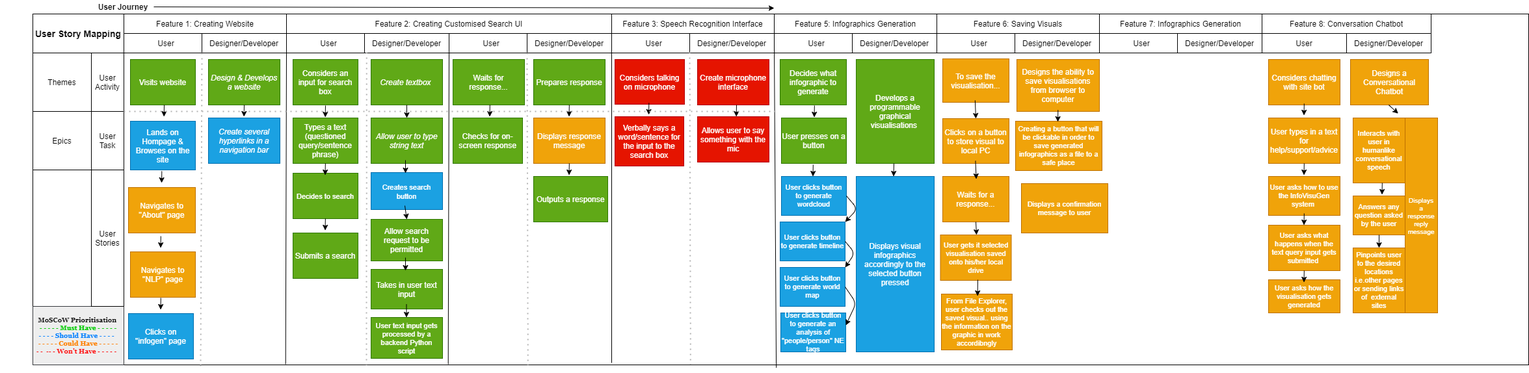
The draw.io diagram Documentation/Design/GIFT-User-Story-Mappings.png in John8790909/Generating-Infographics-from-Text, before a commit. Source tidied: cells renumbered, new cells last; positions are measured from the earlier drawing's top-left corner, leaving out a move shared by most shapes.
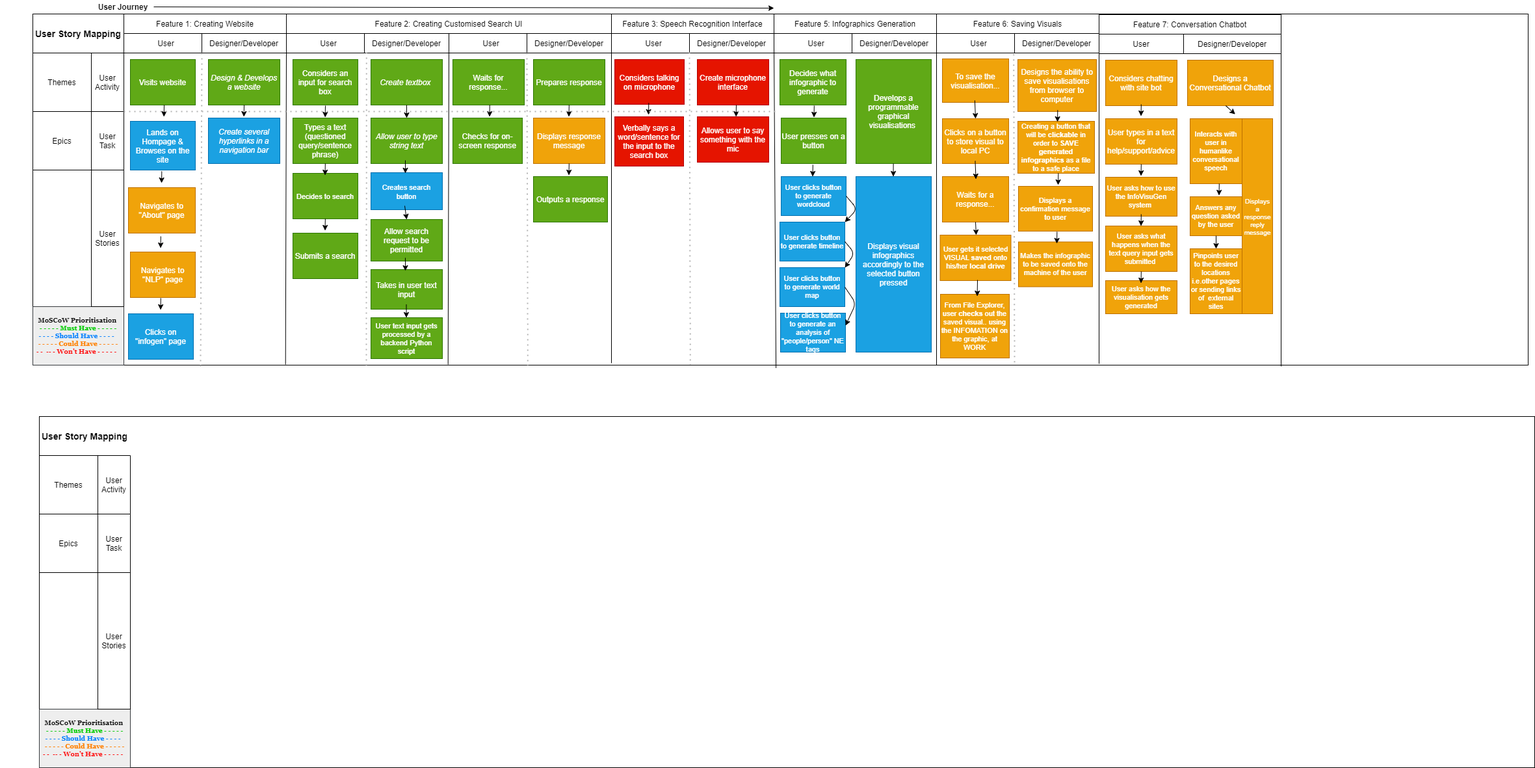
The same diagram one commit later.

Diff of the diagram source:
```diff
@@ -2,6 +2,9 @@
   <root>
     <mxCell id="0" />
     <mxCell id="1" parent="0" />
+    <mxCell id="134" style="rounded=0;whiteSpace=wrap;html=1;" parent="1" vertex="1">
+      <mxGeometry x="60" y="640" width="2300" height="540" as="geometry" />
+    </mxCell>
     <mxCell id="2" style="rounded=0;whiteSpace=wrap;html=1;" parent="1" vertex="1">
       <mxGeometry x="50" y="21" width="2300" height="540" as="geometry" />
     </mxCell>
@@ -141,20 +144,11 @@
       <mxGeometry x="1199" y="411" width="100" height="60" as="geometry" />
     </mxCell>
     <mxCell id="48" value="Develops a programmable graphical visualisations&amp;nbsp;" style="rounded=0;whiteSpace=wrap;html=1;labelBackgroundColor=none;fontColor=#ffffff;fillColor=#60a917;strokeColor=#2D7600;" parent="1" vertex="1">
-      <mxGeometry x="1316" y="91" width="120" height="160" as="geometry" />
+      <mxGeometry x="1316" y="91" width="116" height="160" as="geometry" />
     </mxCell>
     <mxCell id="49" value="Displays visual infographics accordingly to the selected button pressed" style="rounded=0;whiteSpace=wrap;html=1;labelBackgroundColor=none;fontColor=#ffffff;fillColor=#1ba1e2;strokeColor=#006EAF;" parent="1" vertex="1">
-      <mxGeometry x="1316" y="271" width="120" height="270" as="geometry" />
+      <mxGeometry x="1316" y="271" width="116" height="270" as="geometry" />
     </mxCell>
-    <mxCell id="50" value="Feature 7: Infographics Generation" style="rounded=0;whiteSpace=wrap;html=1;" parent="1" vertex="1">
-      <mxGeometry x="1690" y="21" width="250" height="30" as="geometry" />
-    </mxCell>
-    <mxCell id="51" value="User" style="rounded=0;whiteSpace=wrap;html=1;" parent="1" vertex="1">
-      <mxGeometry x="1690" y="51" width="130" height="30" as="geometry" />
-    </mxCell>
-    <mxCell id="52" value="Designer/Developer" style="rounded=0;whiteSpace=wrap;html=1;" parent="1" vertex="1">
-      <mxGeometry x="1810" y="51" width="130" height="30" as="geometry" />
-    </mxCell>
     <mxCell id="53" value="Considers talking on microphone" style="rounded=0;whiteSpace=wrap;html=1;labelBackgroundColor=none;fontColor=#ffffff;fillColor=#e51400;strokeColor=#B20000;" parent="1" vertex="1">
       <mxGeometry x="945" y="91" width="107" height="69" as="geometry" />
     </mxCell>
@@ -168,25 +162,25 @@
       <mxGeometry x="1072" y="179" width="110" height="70" as="geometry" />
     </mxCell>
     <mxCell id="57" value="Designs a Conversational Chatbot" style="rounded=0;whiteSpace=wrap;html=1;fillColor=#f0a30a;fontColor=#ffffff;strokeColor=#BD7000;" parent="1" vertex="1">
-      <mxGeometry x="2076" y="91" width="120" height="70" as="geometry" />
+      <mxGeometry x="1826" y="92" width="132" height="70" as="geometry" />
     </mxCell>
     <mxCell id="58" value="Answers any question asked by the user" style="rounded=0;whiteSpace=wrap;html=1;fillColor=#f0a30a;fontColor=#ffffff;strokeColor=#BD7000;fontSize=11;" parent="1" vertex="1">
-      <mxGeometry x="2080" y="301" width="80" height="60" as="geometry" />
+      <mxGeometry x="1830" y="302" width="80" height="60" as="geometry" />
     </mxCell>
     <mxCell id="59" value="Interacts with user in humanlike conversational speech" style="rounded=0;whiteSpace=wrap;html=1;fillColor=#f0a30a;fontColor=#ffffff;strokeColor=#BD7000;fontSize=11;" parent="1" vertex="1">
-      <mxGeometry x="2080" y="181" width="80" height="100" as="geometry" />
+      <mxGeometry x="1830" y="182" width="80" height="100" as="geometry" />
     </mxCell>
     <mxCell id="60" value="Displays a response reply message" style="rounded=0;fillColor=#f0a30a;fontColor=#ffffff;strokeColor=#BD7000;fontSize=10;whiteSpace=wrap;html=1;spacingRight=0;spacingLeft=0;spacingTop=1;spacing=42;" parent="1" vertex="1">
-      <mxGeometry x="2160" y="181" width="50" height="300" as="geometry" />
+      <mxGeometry x="1910" y="182" width="47" height="300" as="geometry" />
     </mxCell>
-    <mxCell id="61" value="Feature 8: Conversation Chatbot" style="rounded=0;whiteSpace=wrap;html=1;" parent="1" vertex="1">
-      <mxGeometry x="1940" y="21" width="260" height="30" as="geometry" />
+    <mxCell id="61" value="Feature 7: Conversation Chatbot" style="rounded=0;whiteSpace=wrap;html=1;" parent="1" vertex="1">
+      <mxGeometry x="1690" y="22" width="280" height="30" as="geometry" />
     </mxCell>
     <mxCell id="62" value="User" style="rounded=0;whiteSpace=wrap;html=1;" parent="1" vertex="1">
-      <mxGeometry x="1940" y="51" width="130" height="30" as="geometry" />
+      <mxGeometry x="1690" y="52" width="130" height="30" as="geometry" />
     </mxCell>
     <mxCell id="63" value="Designer/Developer" style="rounded=0;whiteSpace=wrap;html=1;" parent="1" vertex="1">
-      <mxGeometry x="2070" y="51" width="130" height="30" as="geometry" />
+      <mxGeometry x="1820" y="52" width="150" height="30" as="geometry" />
     </mxCell>
     <mxCell id="64" style="edgeStyle=orthogonalEdgeStyle;rounded=0;orthogonalLoop=1;jettySize=auto;html=1;exitX=0.5;exitY=1;exitDx=0;exitDy=0;" parent="1" edge="1" source="62" target="62">
       <mxGeometry relative="1" as="geometry" />
@@ -207,19 +201,19 @@
       <mxGeometry x="820" y="271" width="114" height="70" as="geometry" />
     </mxCell>
     <mxCell id="70" value="Considers chatting with site bot" style="rounded=0;whiteSpace=wrap;labelBackgroundColor=none;fillColor=#f0a30a;strokeColor=#BD7000;fontColor=#ffffff;" parent="1" vertex="1">
-      <mxGeometry x="1950" y="91" width="110" height="70" as="geometry" />
+      <mxGeometry x="1700" y="92" width="110" height="70" as="geometry" />
     </mxCell>
     <mxCell id="71" value="&lt;font face=&quot;helvetica&quot;&gt;User types in a text for help/support/advice&lt;/font&gt;" style="rounded=0;whiteSpace=wrap;html=1;labelBackgroundColor=none;fontColor=#ffffff;fillColor=#f0a30a;strokeColor=#BD7000;" parent="1" vertex="1">
-      <mxGeometry x="1950" y="181" width="110" height="70" as="geometry" />
+      <mxGeometry x="1700" y="182" width="110" height="70" as="geometry" />
     </mxCell>
     <mxCell id="72" value="&lt;font face=&quot;helvetica&quot; style=&quot;font-size: 11px;&quot;&gt;User asks how to use the InfoVisuGen system&amp;nbsp;&lt;/font&gt;" style="rounded=0;whiteSpace=wrap;html=1;labelBackgroundColor=none;fontColor=#ffffff;fillColor=#f0a30a;strokeColor=#BD7000;fontSize=11;" parent="1" vertex="1">
-      <mxGeometry x="1950" y="271" width="110" height="60" as="geometry" />
+      <mxGeometry x="1700" y="272" width="110" height="60" as="geometry" />
     </mxCell>
     <mxCell id="73" value="&lt;font face=&quot;helvetica&quot; style=&quot;font-size: 11px;&quot;&gt;User asks what happens when the text query input gets submitted&amp;nbsp;&lt;/font&gt;" style="rounded=0;whiteSpace=wrap;html=1;labelBackgroundColor=none;fontColor=#ffffff;fillColor=#f0a30a;strokeColor=#BD7000;fontSize=11;" parent="1" vertex="1">
-      <mxGeometry x="1950" y="346" width="110" height="70" as="geometry" />
+      <mxGeometry x="1700" y="347" width="110" height="70" as="geometry" />
     </mxCell>
     <mxCell id="74" value="&lt;font face=&quot;helvetica&quot; style=&quot;font-size: 11px;&quot;&gt;User asks how the visualisation gets generated&lt;/font&gt;" style="rounded=0;whiteSpace=wrap;html=1;labelBackgroundColor=none;fontColor=#ffffff;fillColor=#f0a30a;strokeColor=#BD7000;fontSize=11;" parent="1" vertex="1">
-      <mxGeometry x="1950" y="430" width="110" height="51" as="geometry" />
+      <mxGeometry x="1700" y="431" width="110" height="51" as="geometry" />
     </mxCell>
     <mxCell id="75" style="endArrow=classic;html=1;fontColor=#FFFFFF;exitX=0.5;exitY=1;exitDx=0;exitDy=0;" parent="1" edge="1" source="19">
       <mxGeometry relative="1" as="geometry">
@@ -330,46 +324,46 @@
     </mxCell>
     <mxCell id="93" style="endArrow=classic;html=1;fontColor=#FFFFFF;exitX=0.5;exitY=1;exitDx=0;exitDy=0;" parent="1" edge="1">
       <mxGeometry relative="1" as="geometry">
-        <mxPoint x="2004.8" y="159" as="sourcePoint" />
-        <mxPoint x="2004.5" y="177" as="targetPoint" />
+        <mxPoint x="1754.8" y="160" as="sourcePoint" />
+        <mxPoint x="1754.5" y="178" as="targetPoint" />
       </mxGeometry>
     </mxCell>
     <mxCell id="94" style="endArrow=classic;html=1;fontColor=#FFFFFF;exitX=0.5;exitY=1;exitDx=0;exitDy=0;" parent="1" edge="1">
       <mxGeometry relative="1" as="geometry">
-        <mxPoint x="2004.8" y="251" as="sourcePoint" />
-        <mxPoint x="2004.5" y="269" as="targetPoint" />
+        <mxPoint x="1754.8" y="252" as="sourcePoint" />
+        <mxPoint x="1754.5" y="270" as="targetPoint" />
       </mxGeometry>
     </mxCell>
     <mxCell id="95" style="endArrow=classic;html=1;fontColor=#FFFFFF;exitX=0.5;exitY=1;exitDx=0;exitDy=0;" parent="1" edge="1">
       <mxGeometry relative="1" as="geometry">
-        <mxPoint x="2004.8" y="328" as="sourcePoint" />
-        <mxPoint x="2004.5" y="346" as="targetPoint" />
+        <mxPoint x="1754.8" y="329" as="sourcePoint" />
+        <mxPoint x="1754.5" y="347" as="targetPoint" />
       </mxGeometry>
     </mxCell>
     <mxCell id="96" style="endArrow=classic;html=1;fontColor=#FFFFFF;exitX=0.5;exitY=1;exitDx=0;exitDy=0;" parent="1" edge="1">
       <mxGeometry relative="1" as="geometry">
-        <mxPoint x="2004.8" y="416" as="sourcePoint" />
-        <mxPoint x="2004.5" y="434" as="targetPoint" />
+        <mxPoint x="1754.8" y="417" as="sourcePoint" />
+        <mxPoint x="1754.5" y="435" as="targetPoint" />
       </mxGeometry>
     </mxCell>
     <mxCell id="97" style="endArrow=classic;html=1;fontColor=#FFFFFF;exitX=0.5;exitY=1;exitDx=0;exitDy=0;entryX=0.867;entryY=-0.068;entryDx=0;entryDy=0;entryPerimeter=0;" parent="1" edge="1" target="59">
       <mxGeometry relative="1" as="geometry">
-        <mxPoint x="2134.8" y="161" as="sourcePoint" />
+        <mxPoint x="1884.8" y="162" as="sourcePoint" />
       </mxGeometry>
     </mxCell>
     <mxCell id="98" style="endArrow=classic;html=1;fontColor=#FFFFFF;exitX=0.5;exitY=1;exitDx=0;exitDy=0;" parent="1" edge="1">
       <mxGeometry relative="1" as="geometry">
-        <mxPoint x="2124.8" y="281" as="sourcePoint" />
-        <mxPoint x="2124.5" y="299" as="targetPoint" />
+        <mxPoint x="1874.8" y="282" as="sourcePoint" />
+        <mxPoint x="1874.5" y="300" as="targetPoint" />
       </mxGeometry>
     </mxCell>
     <mxCell id="99" style="endArrow=classic;html=1;fontColor=#FFFFFF;entryX=0.5;entryY=0;entryDx=0;entryDy=0;" parent="1" edge="1" target="100">
       <mxGeometry relative="1" as="geometry">
-        <mxPoint x="2120" y="361" as="sourcePoint" />
+        <mxPoint x="1870" y="362" as="sourcePoint" />
       </mxGeometry>
     </mxCell>
     <mxCell id="100" value="Pinpoints user to the desired locations i.e.other pages or sending links of&amp;nbsp; external sites" style="rounded=0;whiteSpace=wrap;html=1;fillColor=#f0a30a;fontColor=#ffffff;strokeColor=#BD7000;fontSize=11;" parent="1" vertex="1">
-      <mxGeometry x="2080" y="381" width="80" height="100" as="geometry" />
+      <mxGeometry x="1830" y="382" width="80" height="100" as="geometry" />
     </mxCell>
     <mxCell id="101" value="Navigates to &quot;NLP&quot; page" style="whiteSpace=wrap;html=1;fillColor=#f0a30a;strokeColor=#BD7000;fontColor=#ffffff;" parent="1" vertex="1">
       <mxGeometry x="200" y="387" width="100" height="70" as="geometry" />
@@ -477,10 +471,10 @@
       </mxGeometry>
     </mxCell>
     <mxCell id="124" value="Designs the ability to save visualisations from browser to computer" style="rounded=0;whiteSpace=wrap;html=1;fillColor=#f0a30a;strokeColor=#BD7000;fontColor=#ffffff;" parent="1" vertex="1">
-      <mxGeometry x="1563" y="91" width="127" height="80" as="geometry" />
+      <mxGeometry x="1565" y="91" width="121" height="80" as="geometry" />
     </mxCell>
-    <mxCell id="125" value="Creating a button that will be clickable in order to save generated infographics as a file to a safe place" style="rounded=0;whiteSpace=wrap;html=1;fillColor=#f0a30a;strokeColor=#BD7000;fontColor=#ffffff;fontSize=11;" parent="1" vertex="1">
-      <mxGeometry x="1561" y="186" width="133" height="76" as="geometry" />
+    <mxCell id="125" value="Creating a button that will be &lt;b&gt;clickable &lt;/b&gt;in order to &lt;b&gt;SAVE generated&lt;/b&gt; &lt;b&gt;infographics &lt;/b&gt;as a file to a safe place" style="rounded=0;whiteSpace=wrap;html=1;fillColor=#f0a30a;strokeColor=#BD7000;fontColor=#ffffff;fontSize=11;" parent="1" vertex="1">
+      <mxGeometry x="1565" y="186" width="118" height="80" as="geometry" />
     </mxCell>
     <mxCell id="126" style="endArrow=classic;html=1;fontColor=#FFFFFF;exitX=0.5;exitY=1;exitDx=0;exitDy=0;" parent="1" edge="1">
       <mxGeometry relative="1" as="geometry">
@@ -502,14 +496,14 @@
         <mxPoint x="1501" y="361" as="targetPoint" />
       </mxGeometry>
     </mxCell>
-    <mxCell id="130" value="User gets it selected visualisation saved onto his/her local drive" style="rounded=0;whiteSpace=wrap;html=1;fillColor=#f0a30a;strokeColor=#BD7000;fontColor=#ffffff;fontSize=11;" parent="1" vertex="1">
+    <mxCell id="130" value="User gets it selected VISUAL&amp;nbsp;&lt;b&gt;saved &lt;/b&gt;onto his/her&lt;b&gt; local drive&lt;/b&gt;" style="rounded=0;whiteSpace=wrap;html=1;fillColor=#f0a30a;strokeColor=#BD7000;fontColor=#ffffff;fontSize=11;" parent="1" vertex="1">
       <mxGeometry x="1445.5" y="361" width="109" height="70" as="geometry" />
     </mxCell>
     <mxCell id="131" value="Displays a confirmation message to user" style="rounded=0;whiteSpace=wrap;html=1;fillColor=#f0a30a;strokeColor=#BD7000;fontColor=#ffffff;fontSize=11;" parent="1" vertex="1">
-      <mxGeometry x="1570" y="282" width="133" height="76" as="geometry" />
+      <mxGeometry x="1566" y="286" width="114" height="69" as="geometry" />
     </mxCell>
-    <mxCell id="132" value="From File Explorer, user checks out the saved visual.. using the information on the graphic in work accordibngly" style="rounded=0;whiteSpace=wrap;html=1;fillColor=#f0a30a;strokeColor=#BD7000;fontColor=#ffffff;fontSize=11;" parent="1" vertex="1">
-      <mxGeometry x="1447" y="452" width="109" height="86" as="geometry" />
+    <mxCell id="132" value="From File Explorer, user &lt;b&gt;checks &lt;/b&gt;out the saved visual.. using the INFOMATION on the graphic, at WORK" style="rounded=0;whiteSpace=wrap;html=1;fillColor=#f0a30a;strokeColor=#BD7000;fontColor=#ffffff;fontSize=11;" parent="1" vertex="1">
+      <mxGeometry x="1446" y="452" width="106" height="98" as="geometry" />
     </mxCell>
     <mxCell id="133" style="endArrow=classic;html=1;fontColor=#FFFFFF;entryX=0.5;entryY=0;entryDx=0;entryDy=0;" parent="1" edge="1">
       <mxGeometry relative="1" as="geometry">
@@ -517,5 +511,65 @@
         <mxPoint x="1502.6" y="455" as="targetPoint" />
       </mxGeometry>
     </mxCell>
+    <mxCell id="135" value="Makes the infographic to be saved onto the machine of the user" style="rounded=0;whiteSpace=wrap;html=1;fillColor=#f0a30a;strokeColor=#BD7000;fontColor=#ffffff;fontSize=11;" parent="1" vertex="1">
+      <mxGeometry x="1566" y="371.5" width="114" height="69" as="geometry" />
+    </mxCell>
+    <mxCell id="136" style="endArrow=classic;html=1;fontColor=#FFFFFF;exitX=0.5;exitY=1;exitDx=0;exitDy=0;" parent="1" edge="1">
+      <mxGeometry relative="1" as="geometry">
+        <mxPoint x="1627.3" y="266" as="sourcePoint" />
+        <mxPoint x="1627" y="284" as="targetPoint" />
+      </mxGeometry>
+    </mxCell>
+    <mxCell id="137" style="endArrow=classic;html=1;fontColor=#FFFFFF;exitX=0.5;exitY=1;exitDx=0;exitDy=0;" parent="1" edge="1">
+      <mxGeometry relative="1" as="geometry">
+        <mxPoint x="1625.3" y="356" as="sourcePoint" />
+        <mxPoint x="1625" y="374" as="targetPoint" />
+      </mxGeometry>
+    </mxCell>
+    <mxCell id="138" style="endArrow=none;html=1;fontSize=10;fontColor=#FFFFFF;entryX=1;entryY=0.75;entryDx=0;entryDy=0;" parent="1" edge="1">
+      <mxGeometry relative="1" as="geometry">
+        <mxPoint x="1690" y="559" as="sourcePoint" />
+        <mxPoint x="1690" y="74.6" as="targetPoint" />
+      </mxGeometry>
+    </mxCell>
+    <mxCell id="139" style="endArrow=none;dashed=1;html=1;dashPattern=1 3;strokeWidth=2;fontSize=11;fontColor=#FFFFFF;exitX=0;exitY=1;exitDx=0;exitDy=0;strokeColor=#B3B3B3;entryX=0.331;entryY=1.001;entryDx=0;entryDy=0;entryPerimeter=0;" parent="1" edge="1">
+      <mxGeometry relative="1" as="geometry">
+        <mxPoint x="1558.7" y="82.7" as="sourcePoint" />
+        <mxPoint x="1560" y="563.3" as="targetPoint" />
+      </mxGeometry>
+    </mxCell>
+    <mxCell id="140" style="endArrow=none;html=1;fontSize=10;fontColor=#FFFFFF;entryX=1;entryY=0.75;entryDx=0;entryDy=0;" parent="1" edge="1">
+      <mxGeometry relative="1" as="geometry">
+        <mxPoint x="1440" y="561" as="sourcePoint" />
+        <mxPoint x="1440" y="81" as="targetPoint" />
+      </mxGeometry>
+    </mxCell>
+    <mxCell id="141" style="endArrow=none;html=1;fontSize=10;fontColor=#FFFFFF;entryX=1;entryY=0.75;entryDx=0;entryDy=0;" parent="1" edge="1">
+      <mxGeometry relative="1" as="geometry">
+        <mxPoint x="1970" y="563" as="sourcePoint" />
+        <mxPoint x="1970" y="82" as="targetPoint" />
+      </mxGeometry>
+    </mxCell>
+    <mxCell id="142" value="User Activity" style="rounded=0;whiteSpace=wrap;html=1;direction=south;" parent="1" vertex="1">
+      <mxGeometry x="150" y="700" width="50" height="90" as="geometry" />
+    </mxCell>
+    <mxCell id="143" value="User Task" style="rounded=0;whiteSpace=wrap;html=1;direction=south;" parent="1" vertex="1">
+      <mxGeometry x="150" y="790" width="50" height="90" as="geometry" />
+    </mxCell>
+    <mxCell id="144" value="&lt;font face=&quot;Georgia&quot; style=&quot;font-size: 10px&quot;&gt;&lt;b style=&quot;font-size: 10px&quot;&gt;MoSCoW Prioritisation&lt;/b&gt;&lt;/font&gt;&lt;span style=&quot;color: rgb(0 , 204 , 0) ; font-weight: bold&quot;&gt;&lt;font face=&quot;Georgia&quot;&gt;&amp;nbsp;&lt;br&gt;- - - - - Must Have - - - - -&lt;br&gt;&lt;/font&gt;&lt;/span&gt;&lt;font face=&quot;Georgia&quot;&gt;&lt;span style=&quot;color: rgb(0 , 127 , 255) ; font-weight: bold&quot;&gt;- - - - Should Have - - - -&amp;nbsp;&amp;nbsp;&lt;br&gt;&lt;/span&gt;&lt;span style=&quot;color: rgb(255 , 128 , 0) ; font-weight: bold&quot;&gt;- - - - - Could Have - - - - -&lt;br&gt;&lt;/span&gt;&lt;span style=&quot;color: rgb(255 , 0 , 0) ; font-weight: bold&quot;&gt;- -&amp;nbsp; -- - Won't Have - - - - -&amp;nbsp;&amp;nbsp;&lt;/span&gt;&lt;/font&gt;&lt;span style=&quot;color: rgb(255 , 128 , 0) ; font-family: &amp;#34;georgia&amp;#34; ; font-weight: bold&quot;&gt;&lt;br&gt;&lt;/span&gt;" style="rounded=0;whiteSpace=wrap;html=1;fillColor=#eeeeee;strokeColor=#36393d;fontSize=10;" parent="1" vertex="1">
+      <mxGeometry x="60" y="1090" width="140" height="90" as="geometry" />
+    </mxCell>
+    <mxCell id="145" value="Themes" style="rounded=0;whiteSpace=wrap;html=1;" parent="1" vertex="1">
+      <mxGeometry x="60" y="700" width="90" height="90" as="geometry" />
+    </mxCell>
+    <mxCell id="146" value="Epics" style="rounded=0;whiteSpace=wrap;html=1;" parent="1" vertex="1">
+      <mxGeometry x="60" y="790" width="90" height="90" as="geometry" />
+    </mxCell>
+    <mxCell id="147" value="User Stories" style="rounded=0;whiteSpace=wrap;html=1;" parent="1" vertex="1">
+      <mxGeometry x="150" y="880" width="50" height="210" as="geometry" />
+    </mxCell>
+    <mxCell id="148" value="&lt;b&gt;&lt;font style=&quot;font-size: 14px&quot;&gt;User Story Mapping&lt;/font&gt;&lt;/b&gt;" style="text;html=1;strokeColor=none;fillColor=none;align=center;verticalAlign=middle;whiteSpace=wrap;rounded=0;" parent="1" vertex="1">
+      <mxGeometry x="60" y="660" width="140" height="20" as="geometry" />
+    </mxCell>
   </root>
 </mxGraphModel>
```
